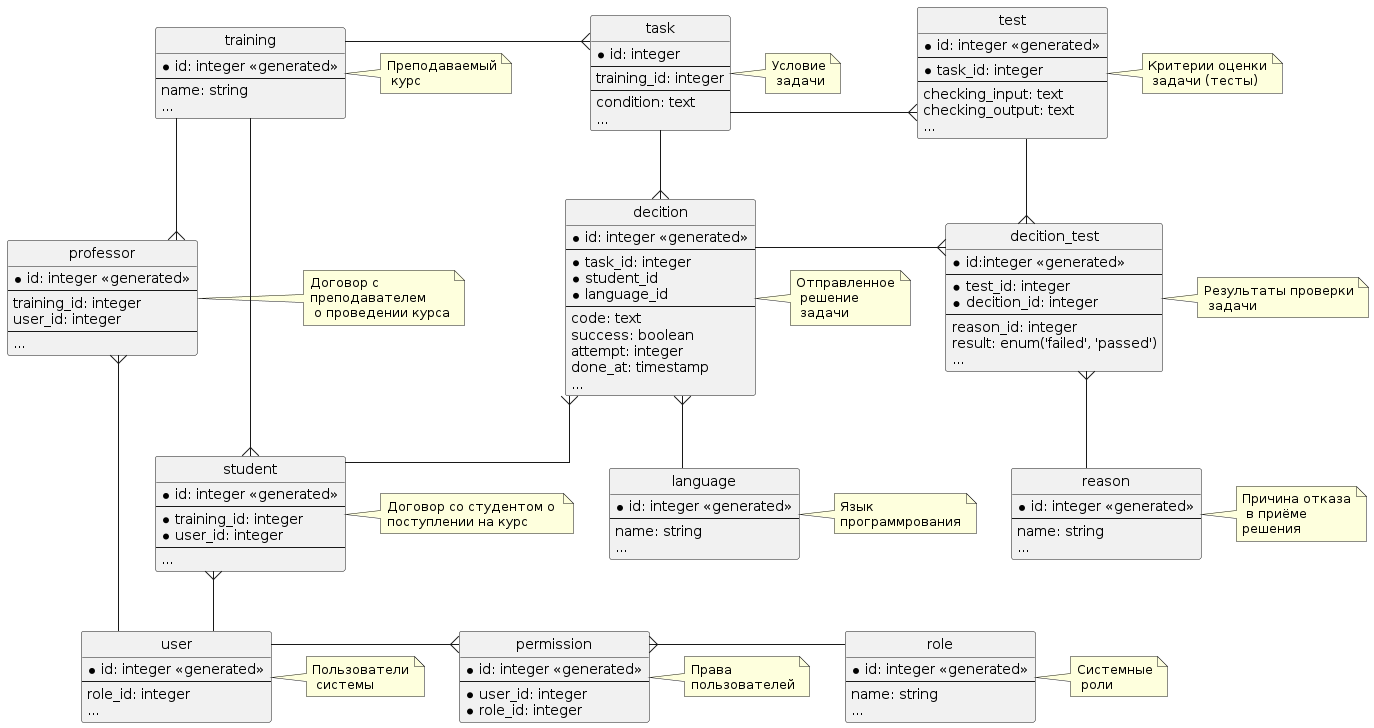
Before: docs/dicisions/ADR-0002/wsd/ER.png, a diagram exported from PlantUML (inutcin/codecontest).
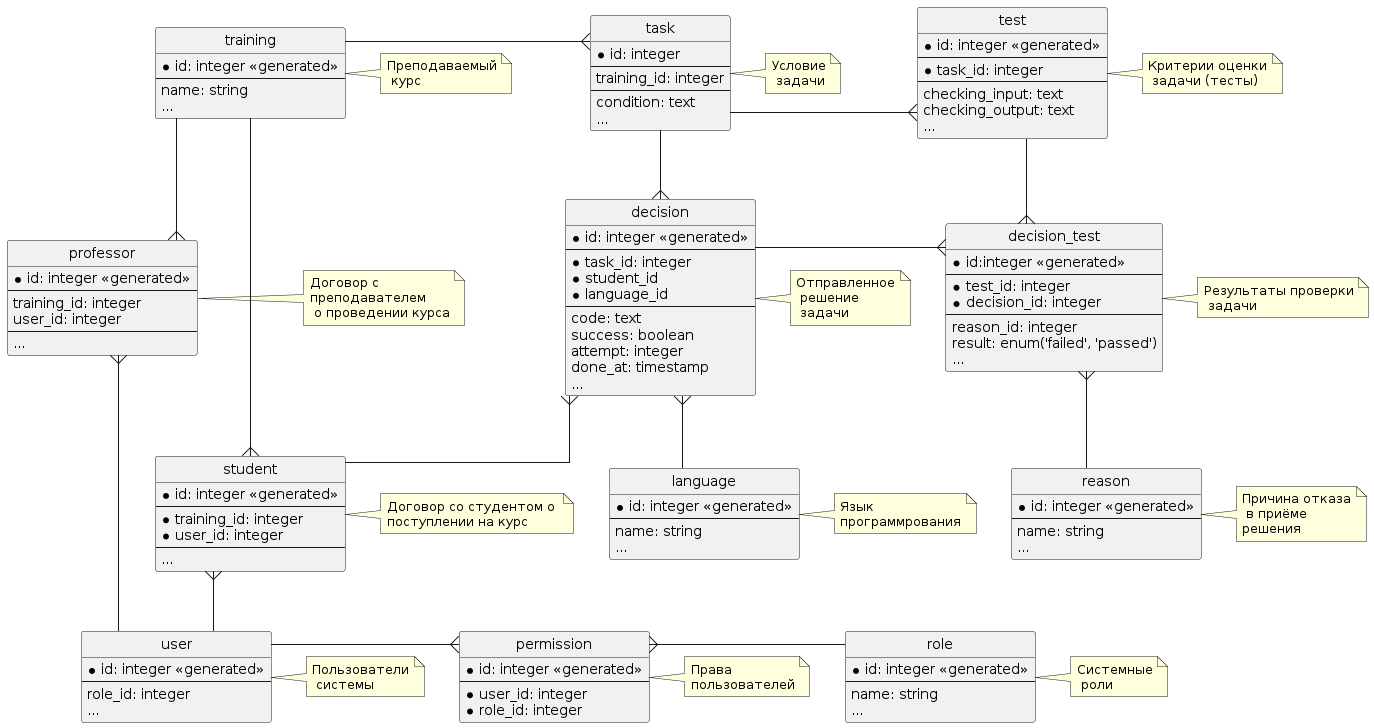
Above is the later version.

Change to the diagram source:
```diff
@@ -44,7 +44,7 @@
     ...
 }
 
-entity decition {
+entity decision {
     *id: integer <<generated>>
     --
     *task_id: integer
@@ -59,11 +59,11 @@
 }
 
 
-entity decition_test {
+entity decision_test {
     * id:integer <<generated>>
     --
     * test_id: integer
-    * decition_id: integer
+    * decision_id: integer
     --
     reason_id: integer
     result: enum('failed', 'passed')
@@ -111,17 +111,17 @@
 }
 
 task -r-{ test
-task --{ decition
-decition }-- student
-decition_test }-l- test
-decition_test }-l- decition
-reason -u-{ decition_test
+task --{ decision
+decision }-- student
+decision_test }-l- test
+decision_test }-l- decision
+reason -u-{ decision_test
 task }-l- training
 student }-u- training
 student }-- user
 professor }-u- training
 professor }-- user
-language -u-{ decition
+language -u-{ decision
 user -r-{ permission
 permission }-r- role
 
@@ -129,12 +129,12 @@
 note right of student: Договор со студентом о \nпоступлении на курс
 note right of professor: Договор с \nпреподавателем\n о проведении курса
 note right of user: Пользователи\n системы
-note right of decition: Отправленное\n решение\n задачи
+note right of decision: Отправленное\n решение\n задачи
 note right of training: Преподаваемый\n курс
 note right of task: Условие\n задачи
 note right of test: Критерии оценки\n задачи (тесты)
 
-note right of decition_test: Результаты проверки\n задачи
+note right of decision_test: Результаты проверки\n задачи
 note right of reason: Причина отказа\n в приёме \nрешения
 note right of language: Язык \nпрограммрования
 
```
